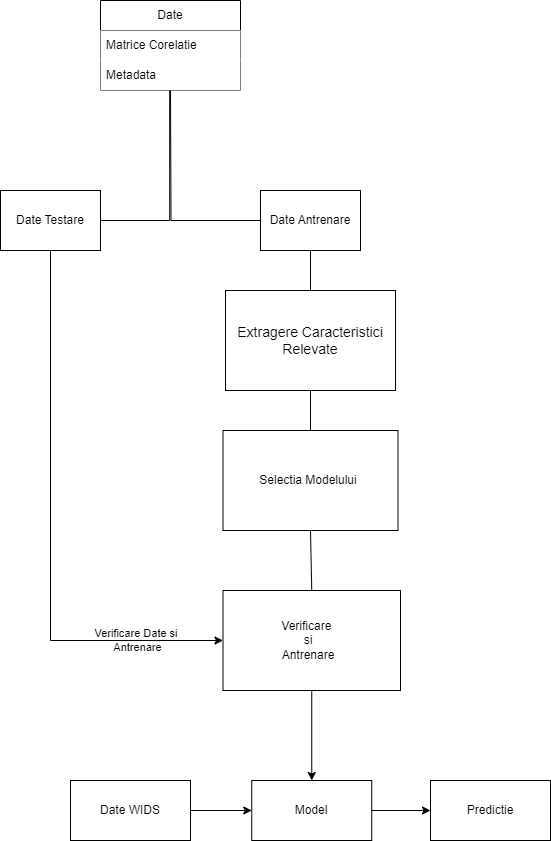
Above: documente/Diagrama.png in PrelucrareaImaginilor/pi-p-proiect-healthhackers (draw.io), before the change. Source tidied: cells renumbered, new cells last; positions are measured from the earlier drawing's top-left corner, leaving out a move shared by most shapes.
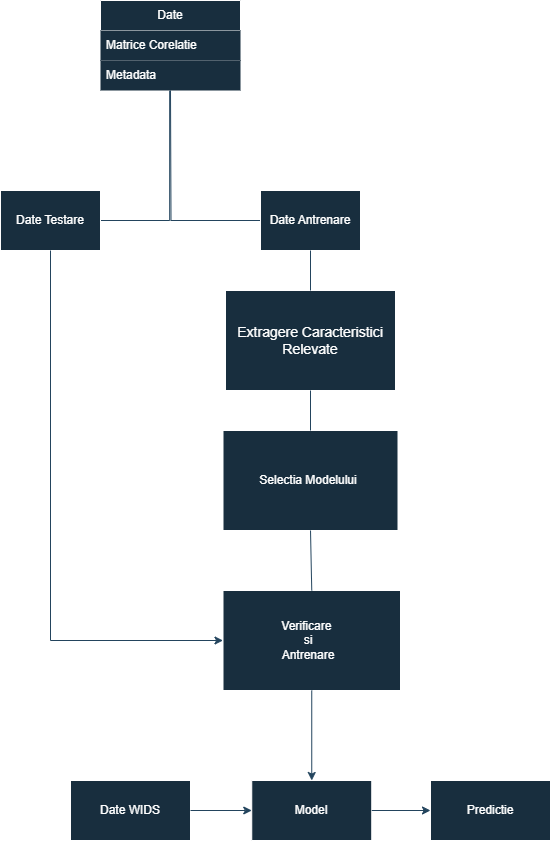
Above is the later version.

Diff of the diagram source:
```diff
@@ -2,94 +2,94 @@
   <root>
     <mxCell id="0" />
     <mxCell id="1" parent="0" />
-    <mxCell id="2" value="Date" style="swimlane;fontStyle=0;horizontal=1;startSize=30;whiteSpace=wrap;html=1;labelBackgroundColor=none;" parent="1" vertex="1">
+    <mxCell id="2" value="Date" style="swimlane;fontStyle=0;horizontal=1;startSize=30;whiteSpace=wrap;html=1;labelBackgroundColor=none;fillColor=#182E3E;strokeColor=#FFFFFF;fontColor=#FFFFFF;" parent="1" vertex="1">
       <mxGeometry x="100" width="140" height="90" as="geometry" />
     </mxCell>
-    <mxCell id="3" value="Matrice Corelatie" style="text;strokeColor=none;fillColor=default;align=left;verticalAlign=middle;spacingLeft=4;spacingRight=4;overflow=hidden;whiteSpace=wrap;html=1;labelBackgroundColor=none;" parent="2" vertex="1">
+    <mxCell id="3" value="Matrice Corelatie" style="text;strokeColor=none;fillColor=#182E3E;align=left;verticalAlign=middle;spacingLeft=4;spacingRight=4;overflow=hidden;whiteSpace=wrap;html=1;labelBackgroundColor=none;fontColor=#FFFFFF;" parent="2" vertex="1">
       <mxGeometry y="30" width="140" height="30" as="geometry" />
     </mxCell>
-    <mxCell id="4" value="Metadata" style="text;strokeColor=none;fillColor=default;align=left;verticalAlign=middle;spacingLeft=4;spacingRight=4;overflow=hidden;points=[[0,0.5],[1,0.5]];portConstraint=eastwest;whiteSpace=wrap;html=1;labelBackgroundColor=none;" parent="2" vertex="1">
+    <mxCell id="4" value="Metadata" style="text;strokeColor=none;fillColor=#182E3E;align=left;verticalAlign=middle;spacingLeft=4;spacingRight=4;overflow=hidden;points=[[0,0.5],[1,0.5]];portConstraint=eastwest;whiteSpace=wrap;html=1;labelBackgroundColor=none;fontColor=#FFFFFF;" parent="2" vertex="1">
       <mxGeometry y="60" width="140" height="30" as="geometry" />
     </mxCell>
-    <mxCell id="5" style="rounded=0;whiteSpace=wrap;html=1;labelBackgroundColor=none;" parent="1" vertex="1">
+    <mxCell id="5" style="rounded=0;whiteSpace=wrap;html=1;labelBackgroundColor=none;fillColor=#182E3E;strokeColor=#FFFFFF;fontColor=#FFFFFF;" parent="1" vertex="1">
       <mxGeometry x="225" y="290" width="170" height="100" as="geometry" />
     </mxCell>
-    <mxCell id="6" value="&lt;span style=&quot;font-size: 14px;&quot;&gt;Extragere Caracteristici Relevate&lt;/span&gt;" style="text;html=1;strokeColor=none;fillColor=none;align=center;verticalAlign=middle;whiteSpace=wrap;rounded=0;labelBackgroundColor=none;" parent="1" vertex="1">
+    <mxCell id="6" value="&lt;span style=&quot;font-size: 14px;&quot;&gt;Extragere Caracteristici Relevate&lt;/span&gt;" style="text;html=1;strokeColor=none;fillColor=none;align=center;verticalAlign=middle;whiteSpace=wrap;rounded=0;labelBackgroundColor=none;fontColor=#FFFFFF;" parent="1" vertex="1">
       <mxGeometry x="235" y="300" width="150" height="80" as="geometry" />
     </mxCell>
-    <mxCell id="7" style="edgeStyle=orthogonalEdgeStyle;sourcePerimeterSpacing=0;targetPerimeterSpacing=0;startArrow=none;endArrow=none;rounded=0;targetPortConstraint=eastwest;sourcePortConstraint=northsouth;curved=0;rounded=0;exitX=0.494;exitY=1.006;exitDx=0;exitDy=0;exitPerimeter=0;labelBackgroundColor=none;fontColor=default;" parent="1" edge="1" source="4" target="9">
+    <mxCell id="7" style="edgeStyle=orthogonalEdgeStyle;sourcePerimeterSpacing=0;targetPerimeterSpacing=0;startArrow=none;endArrow=none;rounded=0;targetPortConstraint=eastwest;sourcePortConstraint=northsouth;curved=0;rounded=0;exitX=0.494;exitY=1.006;exitDx=0;exitDy=0;exitPerimeter=0;labelBackgroundColor=none;fontColor=default;strokeColor=#23445D;" parent="1" edge="1" source="4" target="9">
       <mxGeometry relative="1" as="geometry" />
     </mxCell>
-    <mxCell id="8" style="edgeStyle=orthogonalEdgeStyle;sourcePerimeterSpacing=0;targetPerimeterSpacing=0;startArrow=none;endArrow=none;rounded=0;targetPortConstraint=eastwest;sourcePortConstraint=northsouth;curved=0;rounded=0;labelBackgroundColor=none;fontColor=default;" parent="1" edge="1" target="10">
+    <mxCell id="8" style="edgeStyle=orthogonalEdgeStyle;sourcePerimeterSpacing=0;targetPerimeterSpacing=0;startArrow=none;endArrow=none;rounded=0;targetPortConstraint=eastwest;sourcePortConstraint=northsouth;curved=0;rounded=0;labelBackgroundColor=none;fontColor=default;strokeColor=#23445D;" parent="1" edge="1" target="10">
       <mxGeometry relative="1" as="geometry">
         <mxPoint x="170" y="90" as="sourcePoint" />
       </mxGeometry>
     </mxCell>
-    <mxCell id="9" value="Date Testare" style="whiteSpace=wrap;html=1;align=center;verticalAlign=middle;labelBackgroundColor=none;" parent="1" vertex="1">
+    <mxCell id="9" value="Date Testare" style="whiteSpace=wrap;html=1;align=center;verticalAlign=middle;labelBackgroundColor=none;fillColor=#182E3E;strokeColor=#FFFFFF;fontColor=#FFFFFF;" parent="1" vertex="1">
       <mxGeometry y="190" width="100" height="60" as="geometry" />
     </mxCell>
-    <mxCell id="10" value="Date Antrenare" style="whiteSpace=wrap;html=1;align=center;verticalAlign=middle;labelBackgroundColor=none;" parent="1" vertex="1">
+    <mxCell id="10" value="Date Antrenare" style="whiteSpace=wrap;html=1;align=center;verticalAlign=middle;labelBackgroundColor=none;fillColor=#182E3E;strokeColor=#FFFFFF;fontColor=#FFFFFF;" parent="1" vertex="1">
       <mxGeometry x="260" y="190" width="100" height="60" as="geometry" />
     </mxCell>
-    <mxCell id="11" style="endArrow=none;html=1;rounded=0;exitX=0.5;exitY=1;exitDx=0;exitDy=0;entryX=0.5;entryY=0;entryDx=0;entryDy=0;labelBackgroundColor=none;fontColor=default;" parent="1" edge="1" source="10" target="5">
+    <mxCell id="11" style="endArrow=none;html=1;rounded=0;exitX=0.5;exitY=1;exitDx=0;exitDy=0;entryX=0.5;entryY=0;entryDx=0;entryDy=0;labelBackgroundColor=none;fontColor=default;strokeColor=#23445D;" parent="1" edge="1" source="10" target="5">
       <mxGeometry relative="1" as="geometry" />
     </mxCell>
-    <mxCell id="12" style="rounded=0;whiteSpace=wrap;html=1;labelBackgroundColor=none;" parent="1" vertex="1">
+    <mxCell id="12" style="rounded=0;whiteSpace=wrap;html=1;labelBackgroundColor=none;fillColor=#182E3E;strokeColor=#FFFFFF;fontColor=#FFFFFF;" parent="1" vertex="1">
       <mxGeometry x="222.5" y="430" width="175" height="100" as="geometry" />
     </mxCell>
-    <mxCell id="13" value="Selectia Modelului" style="text;html=1;strokeColor=none;fillColor=none;align=center;verticalAlign=middle;whiteSpace=wrap;rounded=0;labelBackgroundColor=none;" parent="1" vertex="1">
+    <mxCell id="13" value="Selectia Modelului" style="text;html=1;strokeColor=none;fillColor=none;align=center;verticalAlign=middle;whiteSpace=wrap;rounded=0;labelBackgroundColor=none;fontColor=#FFFFFF;" parent="1" vertex="1">
       <mxGeometry x="232.5" y="440" width="150" height="80" as="geometry" />
     </mxCell>
-    <mxCell id="14" style="endArrow=none;html=1;rounded=0;entryX=0.5;entryY=1;entryDx=0;entryDy=0;exitX=0.5;exitY=0;exitDx=0;exitDy=0;labelBackgroundColor=none;fontColor=default;" parent="1" edge="1" source="12" target="5">
+    <mxCell id="14" style="endArrow=none;html=1;rounded=0;entryX=0.5;entryY=1;entryDx=0;entryDy=0;exitX=0.5;exitY=0;exitDx=0;exitDy=0;labelBackgroundColor=none;fontColor=default;strokeColor=#23445D;" parent="1" edge="1" source="12" target="5">
       <mxGeometry relative="1" as="geometry" />
     </mxCell>
-    <mxCell id="15" style="endArrow=none;html=1;rounded=0;entryX=0.5;entryY=1;entryDx=0;entryDy=0;labelBackgroundColor=none;fontColor=default;" parent="1" edge="1" target="9">
+    <mxCell id="15" style="endArrow=none;html=1;rounded=0;entryX=0.5;entryY=1;entryDx=0;entryDy=0;labelBackgroundColor=none;fontColor=default;strokeColor=#23445D;" parent="1" edge="1" target="9">
       <mxGeometry relative="1" as="geometry">
         <mxPoint x="50" y="640" as="sourcePoint" />
       </mxGeometry>
     </mxCell>
-    <mxCell id="16" style="endArrow=classic;html=1;rounded=0;entryX=0;entryY=0.5;entryDx=0;entryDy=0;labelBackgroundColor=none;fontColor=default;" parent="1" edge="1" target="18">
+    <mxCell id="16" style="endArrow=classic;html=1;rounded=0;entryX=0;entryY=0.5;entryDx=0;entryDy=0;labelBackgroundColor=none;fontColor=default;strokeColor=#23445D;" parent="1" edge="1" target="18">
       <mxGeometry relative="1" as="geometry">
         <mxPoint x="50" y="640" as="sourcePoint" />
       </mxGeometry>
     </mxCell>
-    <mxCell id="17" value="Verificare Date si&amp;nbsp;&lt;br&gt;Antrenare" style="edgeLabel;html=1;align=center;verticalAlign=middle;labelBackgroundColor=none;" parent="16" vertex="1">
+    <mxCell id="17" value="Verificare Date si&amp;nbsp;&lt;br&gt;Antrenare" style="edgeLabel;html=1;align=center;verticalAlign=middle;labelBackgroundColor=none;fontColor=#FFFFFF;" parent="16" vertex="1">
       <mxGeometry relative="1" as="geometry" />
     </mxCell>
-    <mxCell id="18" style="rounded=0;whiteSpace=wrap;html=1;labelBackgroundColor=none;" parent="1" vertex="1">
+    <mxCell id="18" style="rounded=0;whiteSpace=wrap;html=1;labelBackgroundColor=none;fillColor=#182E3E;strokeColor=#FFFFFF;fontColor=#FFFFFF;" parent="1" vertex="1">
       <mxGeometry x="222.5" y="590" width="177.5" height="100" as="geometry" />
     </mxCell>
-    <mxCell id="19" value="Verificare&amp;nbsp;&lt;br&gt;si&lt;br&gt;Antrenare" style="text;html=1;strokeColor=none;fillColor=none;align=center;verticalAlign=middle;whiteSpace=wrap;rounded=0;labelBackgroundColor=none;" parent="1" vertex="1">
+    <mxCell id="19" value="Verificare&amp;nbsp;&lt;br&gt;si&lt;br&gt;Antrenare" style="text;html=1;strokeColor=none;fillColor=none;align=center;verticalAlign=middle;whiteSpace=wrap;rounded=0;labelBackgroundColor=none;fontColor=#FFFFFF;" parent="1" vertex="1">
       <mxGeometry x="232.5" y="600" width="150" height="80" as="geometry" />
     </mxCell>
-    <mxCell id="20" style="endArrow=none;html=1;rounded=0;entryX=0.5;entryY=1;entryDx=0;entryDy=0;exitX=0.5;exitY=0;exitDx=0;exitDy=0;labelBackgroundColor=none;fontColor=default;" parent="1" edge="1" source="18" target="12">
+    <mxCell id="20" style="endArrow=none;html=1;rounded=0;entryX=0.5;entryY=1;entryDx=0;entryDy=0;exitX=0.5;exitY=0;exitDx=0;exitDy=0;labelBackgroundColor=none;fontColor=default;strokeColor=#23445D;" parent="1" edge="1" source="18" target="12">
       <mxGeometry relative="1" as="geometry" />
     </mxCell>
-    <mxCell id="21" style="rounded=0;whiteSpace=wrap;html=1;labelBackgroundColor=none;" parent="1" vertex="1">
+    <mxCell id="21" style="rounded=0;whiteSpace=wrap;html=1;labelBackgroundColor=none;fillColor=#182E3E;strokeColor=#FFFFFF;fontColor=#FFFFFF;" parent="1" vertex="1">
       <mxGeometry x="251.2" y="780" width="120" height="60" as="geometry" />
     </mxCell>
-    <mxCell id="22" value="Model" style="text;html=1;strokeColor=none;fillColor=none;align=center;verticalAlign=middle;whiteSpace=wrap;rounded=0;labelBackgroundColor=none;" parent="1" vertex="1">
+    <mxCell id="22" value="Model" style="text;html=1;strokeColor=none;fillColor=none;align=center;verticalAlign=middle;whiteSpace=wrap;rounded=0;labelBackgroundColor=none;fontColor=#FFFFFF;" parent="1" vertex="1">
       <mxGeometry x="261.2" y="790" width="100" height="40" as="geometry" />
     </mxCell>
-    <mxCell id="23" style="endArrow=classic;html=1;rounded=0;exitX=0.5;exitY=1;exitDx=0;exitDy=0;entryX=0.5;entryY=0;entryDx=0;entryDy=0;labelBackgroundColor=none;fontColor=default;" parent="1" edge="1" source="18" target="21">
+    <mxCell id="23" style="endArrow=classic;html=1;rounded=0;exitX=0.5;exitY=1;exitDx=0;exitDy=0;entryX=0.5;entryY=0;entryDx=0;entryDy=0;labelBackgroundColor=none;fontColor=default;strokeColor=#23445D;" parent="1" edge="1" source="18" target="21">
       <mxGeometry relative="1" as="geometry" />
     </mxCell>
-    <mxCell id="24" style="rounded=0;whiteSpace=wrap;html=1;labelBackgroundColor=none;" parent="1" vertex="1">
+    <mxCell id="24" style="rounded=0;whiteSpace=wrap;html=1;labelBackgroundColor=none;fillColor=#182E3E;strokeColor=#FFFFFF;fontColor=#FFFFFF;" parent="1" vertex="1">
       <mxGeometry x="70" y="780" width="120" height="60" as="geometry" />
     </mxCell>
-    <mxCell id="25" value="Date WIDS" style="text;html=1;strokeColor=none;fillColor=none;align=center;verticalAlign=middle;whiteSpace=wrap;rounded=0;labelBackgroundColor=none;" parent="1" vertex="1">
+    <mxCell id="25" value="Date WIDS" style="text;html=1;strokeColor=none;fillColor=none;align=center;verticalAlign=middle;whiteSpace=wrap;rounded=0;labelBackgroundColor=none;fontColor=#FFFFFF;" parent="1" vertex="1">
       <mxGeometry x="70" y="780" width="120" height="60" as="geometry" />
     </mxCell>
-    <mxCell id="26" style="endArrow=classic;html=1;rounded=0;exitX=1;exitY=0.5;exitDx=0;exitDy=0;entryX=0;entryY=0.5;entryDx=0;entryDy=0;labelBackgroundColor=none;fontColor=default;" parent="1" edge="1" source="25" target="21">
+    <mxCell id="26" style="endArrow=classic;html=1;rounded=0;exitX=1;exitY=0.5;exitDx=0;exitDy=0;entryX=0;entryY=0.5;entryDx=0;entryDy=0;labelBackgroundColor=none;fontColor=default;strokeColor=#23445D;" parent="1" edge="1" source="25" target="21">
       <mxGeometry relative="1" as="geometry" />
     </mxCell>
-    <mxCell id="27" style="rounded=0;whiteSpace=wrap;html=1;labelBackgroundColor=none;" parent="1" vertex="1">
+    <mxCell id="27" style="rounded=0;whiteSpace=wrap;html=1;labelBackgroundColor=none;fillColor=#182E3E;strokeColor=#FFFFFF;fontColor=#FFFFFF;" parent="1" vertex="1">
       <mxGeometry x="430" y="780" width="120" height="60" as="geometry" />
     </mxCell>
-    <mxCell id="28" style="endArrow=classic;html=1;rounded=0;exitX=1;exitY=0.5;exitDx=0;exitDy=0;entryX=0;entryY=0.5;entryDx=0;entryDy=0;labelBackgroundColor=none;fontColor=default;" parent="1" edge="1" source="21" target="27">
+    <mxCell id="28" style="endArrow=classic;html=1;rounded=0;exitX=1;exitY=0.5;exitDx=0;exitDy=0;entryX=0;entryY=0.5;entryDx=0;entryDy=0;labelBackgroundColor=none;fontColor=default;strokeColor=#23445D;" parent="1" edge="1" source="21" target="27">
       <mxGeometry relative="1" as="geometry" />
     </mxCell>
-    <mxCell id="29" value="Predictie" style="text;html=1;strokeColor=none;fillColor=none;align=center;verticalAlign=middle;whiteSpace=wrap;rounded=0;labelBackgroundColor=none;" parent="1" vertex="1">
+    <mxCell id="29" value="Predictie" style="text;html=1;strokeColor=none;fillColor=none;align=center;verticalAlign=middle;whiteSpace=wrap;rounded=0;labelBackgroundColor=none;fontColor=#FFFFFF;" parent="1" vertex="1">
       <mxGeometry x="430" y="780" width="120" height="60" as="geometry" />
     </mxCell>
   </root>
```
